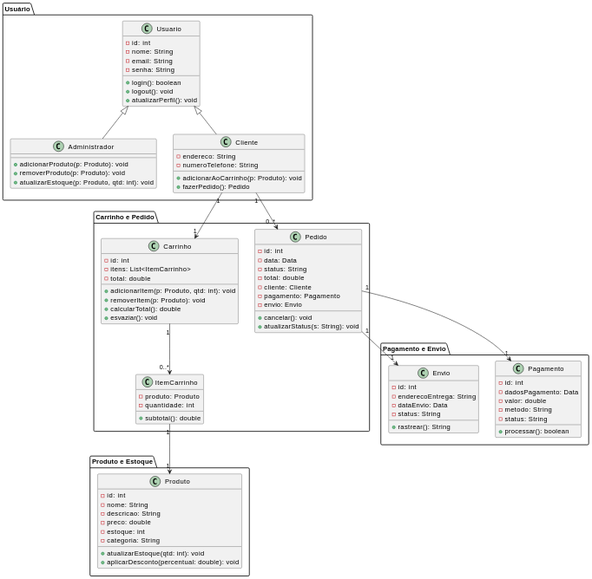
SPD-BES-2025-3/grupo4 keeps this PlantUML diagram as docs/diagrama-de-classe-v1.png. Above is the earlier version. Its source is kept beside it as docs/codigo fonte diagramas/diagrama-de-classe-v1.puml. Its diagram source:
```plantuml
@startuml Classe

package "Usuário" {
  class Usuario {
    - id: int
    - nome: String
    - email: String
    - senha: String
    + login(): boolean
    + logout(): void
    + atualizarPerfil(): void
  }

  class Administrador {
    + adicionarProduto(p: Produto): void
    + removerProduto(p: Produto): void
    + atualizarEstoque(p: Produto, qtd: int): void
  }

  class Cliente {
    - endereco: String
    - numeroTelefone: String
    + adicionarAoCarrinho(p: Produto): void
    + fazerPedido(): Pedido
  }
}

package "Produto e Estoque" {
  class Produto {
    - id: int
    - nome: String
    - descricao: String
    - preco: double
    - estoque: int
    - categoria: String
    + atualizarEstoque(qtd: int): void
    + aplicarDesconto(percentual: double): void
  }
}

package "Carrinho e Pedido" {
  class Carrinho {
    - id: int
    - itens: List<ItemCarrinho>
    - total: double
    + adicionarItem(p: Produto, qtd: int): void
    + removerItem(p: Produto): void
    + calcularTotal(): double
    + esvaziar(): void
  }

  class ItemCarrinho {
    - produto: Produto
    - quantidade: int
    + subtotal(): double
  }

  class Pedido {
    - id: int
    - data: Data
    - status: String
    - total: double
    - cliente: Cliente
    - pagamento: Pagamento
    - envio: Envio
    + cancelar(): void
    + atualizarStatus(s: String): void
  }
}

package "Pagamento e Envio" {
  class Pagamento {
    - id: int
    - dadosPagamento: Data
    - valor: double
    - metodo: String
    - status: String
    + processar(): boolean
  }

  class Envio {
    - id: int
    - enderecoEntrega: String
    - dataEnvio: Data
    - status: String
    + rastrear(): String
  }
}

Usuario <|-- Administrador
Usuario <|-- Cliente

Cliente "1" --> "1" Carrinho
Carrinho "1" --> "0..*" ItemCarrinho
ItemCarrinho "1" --> "1" Produto
Cliente "1" --> "0..*" Pedido
Pedido "1" --> "1" Pagamento
Pedido "1" --> "1" Envio

@enduml
```
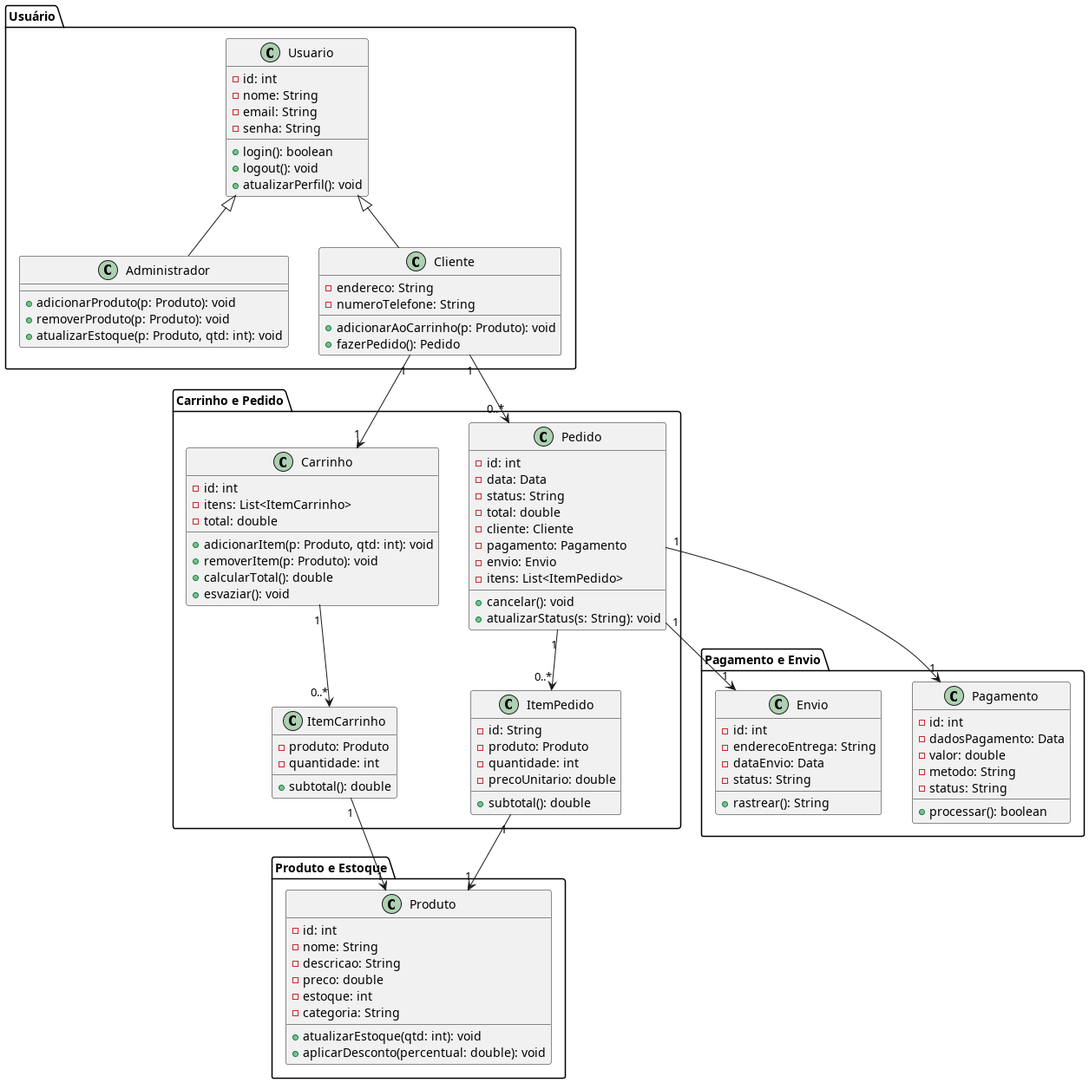
The same file after the commit.

The edit, as a diff of the source:
```diff
@@ -1,4 +1,4 @@
-@startuml Classe
+@startuml diagrama-de-classe-v1
 
 package "Usuário" {
   class Usuario {
@@ -55,6 +55,14 @@
     + subtotal(): double
   }
 
+  class ItemPedido {
+      - id: String
+      - produto: Produto
+      - quantidade: int
+      - precoUnitario: double
+      + subtotal(): double
+    }
+
   class Pedido {
     - id: int
     - data: Data
@@ -63,6 +71,7 @@
     - cliente: Cliente
     - pagamento: Pagamento
     - envio: Envio
+    - itens: List<ItemPedido>
     + cancelar(): void
     + atualizarStatus(s: String): void
   }
@@ -96,5 +105,7 @@
 Cliente "1" --> "0..*" Pedido
 Pedido "1" --> "1" Pagamento
 Pedido "1" --> "1" Envio
+Pedido "1" --> "0..*" ItemPedido
+ItemPedido "1" --> "1" Produto
 
 @enduml
```
